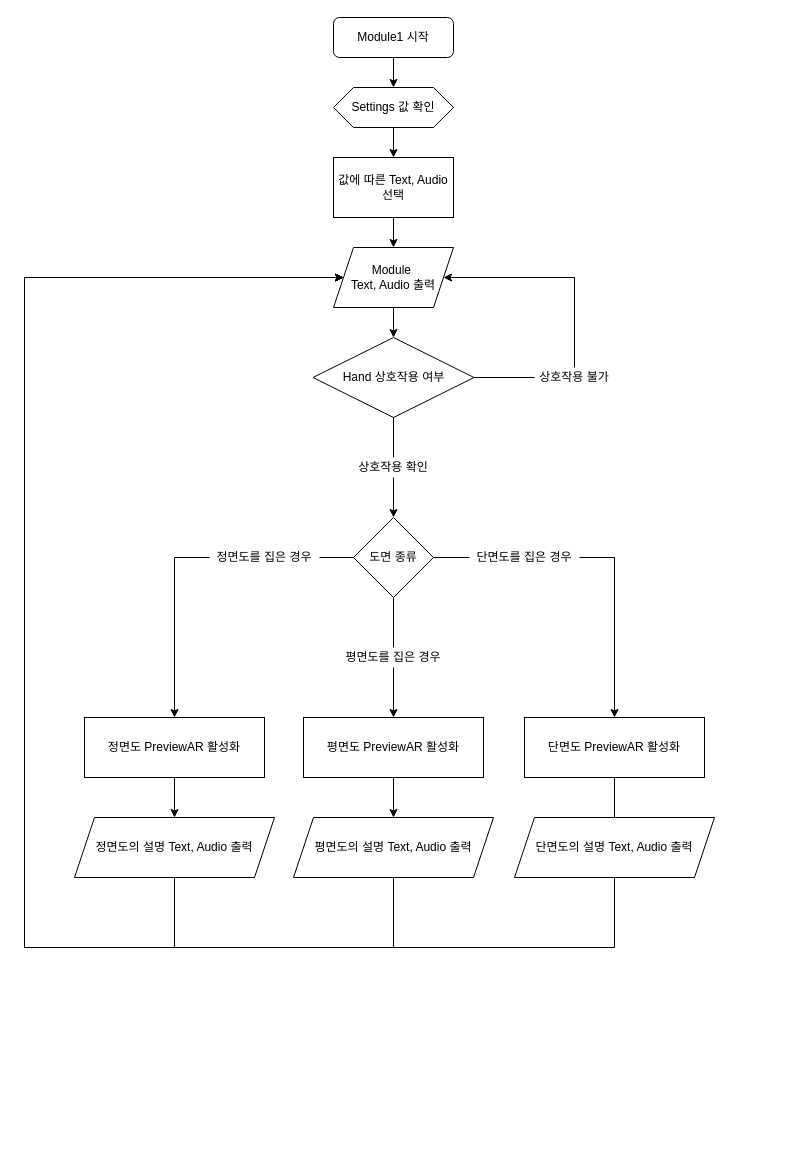
SnowDinn/FlowChart keeps this draw.io diagram as Module_01.drawio. Above is the earlier version. Source tidied: cells renumbered, new cells numbered last; positions are measured from the earlier drawing's top-left corner, leaving out a move shared by most shapes. Both pictures are drawn from the tidied source at 100%, with x=0, y=0 at pixel (24, 17).
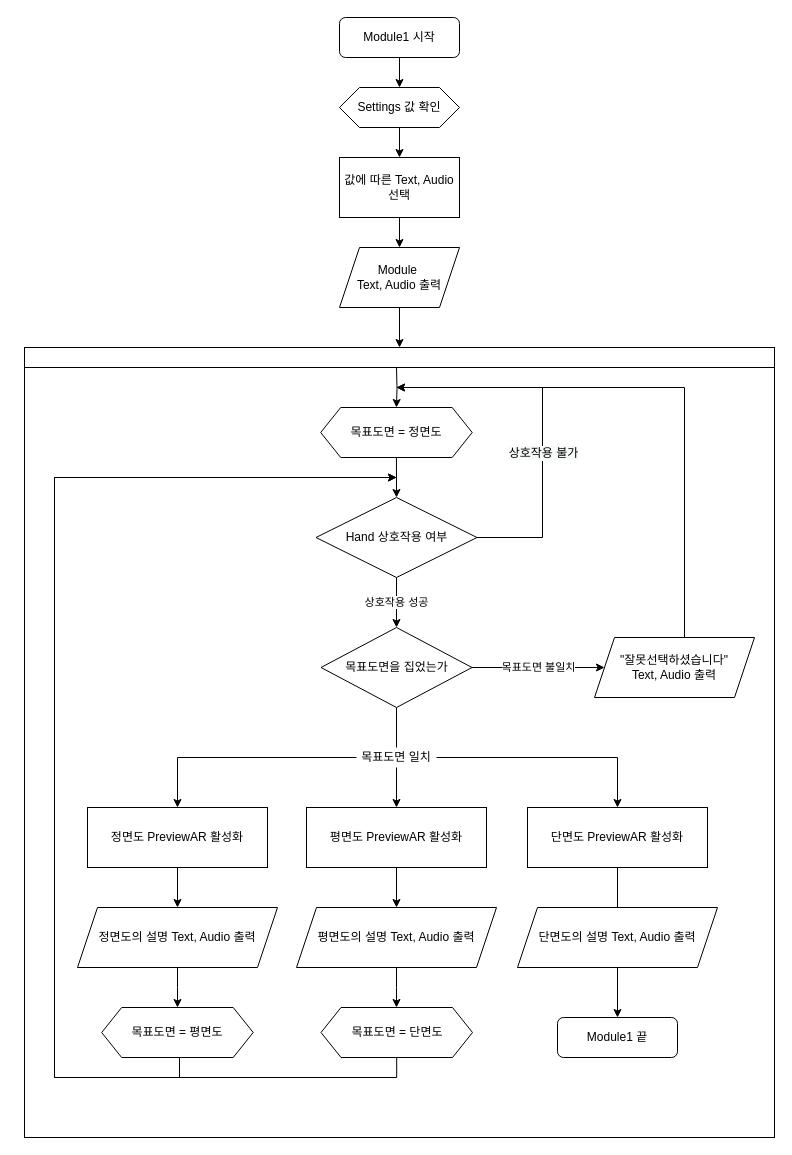
Above is the later version.

What changed in the source:
```diff
@@
+    <mxCell id="39" style="shape=internalStorage;whiteSpace=wrap;html=1;backgroundOutline=1;dx=0;dy=20;" parent="1" vertex="1">
+      <mxGeometry y="330" width="750" height="790" as="geometry" />
+    </mxCell>
@@
     <mxCell id="3" value="Module1 시작" style="rounded=1;whiteSpace=wrap;html=1;fontSize=12;glass=0;strokeWidth=1;shadow=0;" parent="1" vertex="1">
-      <mxGeometry x="309" width="120" height="40" as="geometry" />
+      <mxGeometry x="315" width="120" height="40" as="geometry" />
     </mxCell>
-    <mxCell id="4" style="edgeStyle=orthogonalEdgeStyle;rounded=0;jettySize=auto;html=1;exitX=0;exitY=0.5;exitDx=0;exitDy=0;entryX=1;entryY=0.5;entryDx=0;entryDy=0;endArrow=none;endFill=0;" parent="1" edge="1" source="7" target="27">
-      <mxGeometry relative="1" as="geometry" />
-    </mxCell>
-    <mxCell id="5" style="edgeStyle=orthogonalEdgeStyle;rounded=0;jettySize=auto;html=1;exitX=1;exitY=0.5;exitDx=0;exitDy=0;entryX=0;entryY=0.5;entryDx=0;entryDy=0;endArrow=none;endFill=0;" parent="1" edge="1" source="7" target="29">
-      <mxGeometry relative="1" as="geometry" />
-    </mxCell>
-    <mxCell id="6" style="edgeStyle=orthogonalEdgeStyle;rounded=0;jettySize=auto;html=1;exitX=0.5;exitY=1;exitDx=0;exitDy=0;entryX=0.5;entryY=0;entryDx=0;entryDy=0;endArrow=none;endFill=0;" parent="1" edge="1" source="7" target="31">
-      <mxGeometry relative="1" as="geometry" />
-    </mxCell>
+    <mxCell id="40" value="목표도면 불일치" style="edgeStyle=orthogonalEdgeStyle;rounded=0;jettySize=auto;html=1;exitX=1;exitY=0.5;exitDx=0;exitDy=0;entryX=0;entryY=0.5;entryDx=0;entryDy=0;" parent="1" edge="1" source="7" target="52">
+      <mxGeometry relative="1" as="geometry" />
+    </mxCell>
+    <mxCell id="41" style="edgeStyle=orthogonalEdgeStyle;rounded=0;jettySize=auto;html=1;exitX=0.5;exitY=1;exitDx=0;exitDy=0;entryX=0.5;entryY=0;entryDx=0;entryDy=0;endArrow=none;endFill=0;" parent="1" edge="1" source="7" target="57">
+      <mxGeometry relative="1" as="geometry" />
+    </mxCell>
-    <mxCell id="7" value="도면 종류" style="rhombus;whiteSpace=wrap;html=1;" parent="1" vertex="1">
-      <mxGeometry x="329" y="500" width="80" height="80" as="geometry" />
+    <mxCell id="7" value="목표도면을 집었는가" style="rhombus;whiteSpace=wrap;html=1;" parent="1" vertex="1">
+      <mxGeometry x="296.5" y="610" width="151" height="80" as="geometry" />
     </mxCell>
@@
     <mxCell id="9" value="정면도 PreviewAR 활성화" style="rounded=0;whiteSpace=wrap;html=1;" parent="1" vertex="1">
-      <mxGeometry x="60" y="700" width="180" height="60" as="geometry" />
+      <mxGeometry x="63" y="790" width="180" height="60" as="geometry" />
     </mxCell>
@@
     <mxCell id="11" value="Settings 값 확인" style="shape=hexagon;perimeter=hexagonPerimeter2;whiteSpace=wrap;html=1;fixedSize=1;" parent="1" vertex="1">
-      <mxGeometry x="309" y="70" width="120" height="40" as="geometry" />
+      <mxGeometry x="315" y="70" width="120" height="40" as="geometry" />
     </mxCell>
@@
     <mxCell id="13" value="값에 따른 Text, Audio 선택" style="rounded=0;whiteSpace=wrap;html=1;" parent="1" vertex="1">
-      <mxGeometry x="309" y="140" width="120" height="60" as="geometry" />
+      <mxGeometry x="315" y="140" width="120" height="60" as="geometry" />
     </mxCell>
-    <mxCell id="14" style="edgeStyle=orthogonalEdgeStyle;rounded=0;jettySize=auto;html=1;exitX=0.5;exitY=1;exitDx=0;exitDy=0;entryX=0.5;entryY=0;entryDx=0;entryDy=0;endArrow=classic;endFill=1;" parent="1" edge="1" source="15" target="34">
-      <mxGeometry relative="1" as="geometry" />
-    </mxCell>
+    <mxCell id="42" style="edgeStyle=orthogonalEdgeStyle;rounded=0;jettySize=auto;html=1;exitX=0.5;exitY=1;exitDx=0;exitDy=0;entryX=0.5;entryY=0;entryDx=0;entryDy=0;" parent="1" edge="1" source="15" target="39">
+      <mxGeometry relative="1" as="geometry" />
+    </mxCell>
     <mxCell id="15" value="Module&amp;nbsp;&lt;br&gt;Text, Audio 출력" style="shape=parallelogram;perimeter=parallelogramPerimeter;whiteSpace=wrap;html=1;fixedSize=1;" parent="1" vertex="1">
-      <mxGeometry x="309" y="230" width="120" height="60" as="geometry" />
+      <mxGeometry x="315" y="230" width="120" height="60" as="geometry" />
     </mxCell>
-    <mxCell id="16" style="edgeStyle=orthogonalEdgeStyle;rounded=0;jettySize=auto;html=1;exitX=0.5;exitY=1;exitDx=0;exitDy=0;entryX=0;entryY=0.5;entryDx=0;entryDy=0;endArrow=classic;endFill=1;" parent="1" edge="1" source="17" target="15">
-      <mxGeometry relative="1" as="geometry">
-        <Array as="points">
-          <mxPoint x="150" y="930" />
-          <mxPoint y="930" />
-          <mxPoint y="260" />
-        </Array>
-      </mxGeometry>
-    </mxCell>
+    <mxCell id="43" style="edgeStyle=orthogonalEdgeStyle;rounded=0;jettySize=auto;html=1;exitX=0.5;exitY=1;exitDx=0;exitDy=0;entryX=0.5;entryY=0;entryDx=0;entryDy=0;" parent="1" edge="1" source="17">
+      <mxGeometry relative="1" as="geometry">
+        <mxPoint x="153" y="990" as="targetPoint" />
+      </mxGeometry>
+    </mxCell>
     <mxCell id="17" value="정면도의 설명 Text, Audio 출력" style="shape=parallelogram;perimeter=parallelogramPerimeter;whiteSpace=wrap;html=1;fixedSize=1;" parent="1" vertex="1">
-      <mxGeometry x="50" y="800" width="200" height="60" as="geometry" />
+      <mxGeometry x="53" y="890" width="200" height="60" as="geometry" />
     </mxCell>
@@
     <mxCell id="19" value="단면도 PreviewAR 활성화" style="rounded=0;whiteSpace=wrap;html=1;" parent="1" vertex="1">
-      <mxGeometry x="500" y="700" width="180" height="60" as="geometry" />
+      <mxGeometry x="503" y="790" width="180" height="60" as="geometry" />
     </mxCell>
-    <mxCell id="20" style="edgeStyle=orthogonalEdgeStyle;rounded=0;jettySize=auto;html=1;exitX=0.5;exitY=1;exitDx=0;exitDy=0;entryX=0;entryY=0.5;entryDx=0;entryDy=0;endArrow=classic;endFill=1;" parent="1" edge="1" source="21" target="15">
-      <mxGeometry relative="1" as="geometry">
-        <Array as="points">
-          <mxPoint x="590" y="930" />
-          <mxPoint y="930" />
-          <mxPoint y="260" />
-        </Array>
-      </mxGeometry>
-    </mxCell>
+    <mxCell id="44" style="edgeStyle=orthogonalEdgeStyle;rounded=0;jettySize=auto;html=1;exitX=0.5;exitY=1;exitDx=0;exitDy=0;entryX=0.5;entryY=0;entryDx=0;entryDy=0;" parent="1" edge="1" source="21" target="53">
+      <mxGeometry relative="1" as="geometry" />
+    </mxCell>
     <mxCell id="21" value="단면도의 설명 Text, Audio 출력" style="shape=parallelogram;perimeter=parallelogramPerimeter;whiteSpace=wrap;html=1;fixedSize=1;" parent="1" vertex="1">
-      <mxGeometry x="490" y="800" width="200" height="60" as="geometry" />
+      <mxGeometry x="493" y="890" width="200" height="60" as="geometry" />
     </mxCell>
@@
     <mxCell id="23" value="평면도 PreviewAR 활성화" style="rounded=0;whiteSpace=wrap;html=1;" parent="1" vertex="1">
-      <mxGeometry x="279" y="700" width="180" height="60" as="geometry" />
+      <mxGeometry x="282" y="790" width="180" height="60" as="geometry" />
     </mxCell>
-    <mxCell id="24" style="edgeStyle=orthogonalEdgeStyle;rounded=0;jettySize=auto;html=1;exitX=0.5;exitY=1;exitDx=0;exitDy=0;entryX=0;entryY=0.5;entryDx=0;entryDy=0;endArrow=classic;endFill=1;" parent="1" edge="1" source="25" target="15">
-      <mxGeometry relative="1" as="geometry">
-        <Array as="points">
-          <mxPoint x="369" y="930" />
-          <mxPoint y="930" />
-          <mxPoint y="260" />
-        </Array>
-      </mxGeometry>
-    </mxCell>
+    <mxCell id="45" style="edgeStyle=orthogonalEdgeStyle;rounded=0;jettySize=auto;html=1;exitX=0.5;exitY=1;exitDx=0;exitDy=0;" parent="1" edge="1" source="25">
+      <mxGeometry relative="1" as="geometry">
+        <mxPoint x="372" y="990" as="targetPoint" />
+      </mxGeometry>
+    </mxCell>
     <mxCell id="25" value="평면도의 설명 Text, Audio 출력" style="shape=parallelogram;perimeter=parallelogramPerimeter;whiteSpace=wrap;html=1;fixedSize=1;" parent="1" vertex="1">
-      <mxGeometry x="269" y="800" width="200" height="60" as="geometry" />
+      <mxGeometry x="272" y="890" width="200" height="60" as="geometry" />
     </mxCell>
-    <mxCell id="26" style="edgeStyle=orthogonalEdgeStyle;rounded=0;jettySize=auto;html=1;exitX=0;exitY=0.5;exitDx=0;exitDy=0;entryX=0.5;entryY=0;entryDx=0;entryDy=0;endArrow=classic;endFill=1;" parent="1" edge="1" source="27" target="9">
-      <mxGeometry relative="1" as="geometry" />
-    </mxCell>
-    <mxCell id="27" value="정면도를 집은 경우" style="rounded=0;whiteSpace=wrap;html=1;strokeColor=none;fillColor=none;" parent="1" vertex="1">
-      <mxGeometry x="185" y="530" width="110" height="20" as="geometry" />
-    </mxCell>
-    <mxCell id="28" style="edgeStyle=orthogonalEdgeStyle;rounded=0;jettySize=auto;html=1;exitX=1;exitY=0.5;exitDx=0;exitDy=0;entryX=0.5;entryY=0;entryDx=0;entryDy=0;endArrow=classic;endFill=1;" parent="1" edge="1" source="29" target="19">
-      <mxGeometry relative="1" as="geometry" />
-    </mxCell>
-    <mxCell id="29" value="단면도를 집은 경우" style="rounded=0;whiteSpace=wrap;html=1;strokeColor=none;fillColor=none;" parent="1" vertex="1">
-      <mxGeometry x="445" y="530" width="110" height="20" as="geometry" />
-    </mxCell>
-    <mxCell id="30" style="edgeStyle=orthogonalEdgeStyle;rounded=0;jettySize=auto;html=1;exitX=0.5;exitY=1;exitDx=0;exitDy=0;entryX=0.5;entryY=0;entryDx=0;entryDy=0;endArrow=classic;endFill=1;" parent="1" edge="1" source="31" target="23">
-      <mxGeometry relative="1" as="geometry" />
-    </mxCell>
-    <mxCell id="31" value="평면도를 집은 경우" style="rounded=0;whiteSpace=wrap;html=1;strokeColor=none;fillColor=none;" parent="1" vertex="1">
-      <mxGeometry x="314" y="630" width="110" height="20" as="geometry" />
-    </mxCell>
-    <mxCell id="32" style="edgeStyle=orthogonalEdgeStyle;rounded=0;jettySize=auto;html=1;exitX=0.5;exitY=1;exitDx=0;exitDy=0;entryX=0.5;entryY=0;entryDx=0;entryDy=0;endArrow=none;endFill=0;" parent="1" edge="1" source="34" target="36">
-      <mxGeometry relative="1" as="geometry" />
-    </mxCell>
-    <mxCell id="33" style="edgeStyle=orthogonalEdgeStyle;rounded=0;jettySize=auto;html=1;exitX=1;exitY=0.5;exitDx=0;exitDy=0;entryX=0;entryY=0.5;entryDx=0;entryDy=0;endArrow=none;endFill=0;" parent="1" edge="1" source="34" target="38">
-      <mxGeometry relative="1" as="geometry" />
-    </mxCell>
+    <mxCell id="46" style="edgeStyle=orthogonalEdgeStyle;rounded=0;jettySize=auto;html=1;exitX=1;exitY=0.5;exitDx=0;exitDy=0;" parent="1" edge="1" source="34">
+      <mxGeometry relative="1" as="geometry">
+        <mxPoint x="372" y="370" as="targetPoint" />
+        <Array as="points">
+          <mxPoint x="518" y="520" />
+          <mxPoint x="518" y="370" />
+        </Array>
+      </mxGeometry>
+    </mxCell>
+    <mxCell id="38" value="&lt;span style=&quot;font-size: 12px ; background-color: rgb(248 , 249 , 250)&quot;&gt;상호작용 불가&lt;/span&gt;" style="edgeLabel;html=1;align=center;verticalAlign=middle;points=[];" parent="46" vertex="1">
+      <mxGeometry x="-0.17" relative="1" as="geometry" />
+    </mxCell>
+    <mxCell id="47" value="상호작용 성공" style="edgeStyle=orthogonalEdgeStyle;rounded=0;jettySize=auto;html=1;exitX=0.5;exitY=1;exitDx=0;exitDy=0;entryX=0.5;entryY=0;entryDx=0;entryDy=0;" parent="1" edge="1" source="34" target="7">
+      <mxGeometry relative="1" as="geometry" />
+    </mxCell>
     <mxCell id="34" value="Hand 상호작용 여부" style="rhombus;whiteSpace=wrap;html=1;fillColor=none;" parent="1" vertex="1">
-      <mxGeometry x="288.5" y="320" width="161" height="80" as="geometry" />
+      <mxGeometry x="291.5" y="480" width="161" height="80" as="geometry" />
     </mxCell>
-    <mxCell id="35" style="edgeStyle=orthogonalEdgeStyle;rounded=0;jettySize=auto;html=1;exitX=0.5;exitY=1;exitDx=0;exitDy=0;entryX=0.5;entryY=0;entryDx=0;entryDy=0;endArrow=classic;endFill=1;" parent="1" edge="1" source="36" target="7">
-      <mxGeometry relative="1" as="geometry" />
-    </mxCell>
-    <mxCell id="36" value="상호작용 확인" style="rounded=0;whiteSpace=wrap;html=1;strokeColor=none;fillColor=none;" parent="1" vertex="1">
-      <mxGeometry x="314" y="440" width="110" height="20" as="geometry" />
-    </mxCell>
-    <mxCell id="37" style="edgeStyle=orthogonalEdgeStyle;rounded=0;jettySize=auto;html=1;exitX=0.5;exitY=0;exitDx=0;exitDy=0;entryX=1;entryY=0.5;entryDx=0;entryDy=0;endArrow=classic;endFill=1;" parent="1" edge="1" source="38" target="15">
-      <mxGeometry relative="1" as="geometry">
-        <Array as="points">
-          <mxPoint x="550" y="260" />
-        </Array>
-      </mxGeometry>
-    </mxCell>
-    <mxCell id="38" value="상호작용 불가" style="rounded=0;whiteSpace=wrap;html=1;strokeColor=none;fillColor=none;" parent="1" vertex="1">
-      <mxGeometry x="510" y="350" width="80" height="20" as="geometry" />
-    </mxCell>
+    <mxCell id="48" style="edgeStyle=orthogonalEdgeStyle;rounded=0;jettySize=auto;html=1;exitX=0.5;exitY=1;exitDx=0;exitDy=0;entryX=0.5;entryY=0;entryDx=0;entryDy=0;" parent="1" edge="1" source="49" target="34">
+      <mxGeometry relative="1" as="geometry" />
+    </mxCell>
+    <mxCell id="49" value="목표도면 = 정면도" style="shape=hexagon;perimeter=hexagonPerimeter2;whiteSpace=wrap;html=1;fixedSize=1;" parent="1" vertex="1">
+      <mxGeometry x="296.2" y="390" width="151.5" height="50" as="geometry" />
+    </mxCell>
+    <mxCell id="50" style="edgeStyle=orthogonalEdgeStyle;rounded=0;jettySize=auto;html=1;entryX=0.5;entryY=0;entryDx=0;entryDy=0;" parent="1" edge="1" target="49">
+      <mxGeometry relative="1" as="geometry">
+        <mxPoint x="372" y="350" as="sourcePoint" />
+      </mxGeometry>
+    </mxCell>
+    <mxCell id="51" style="edgeStyle=orthogonalEdgeStyle;rounded=0;orthogonalLoop=1;jettySize=auto;html=1;exitX=0.5;exitY=0;exitDx=0;exitDy=0;" parent="1" edge="1">
+      <mxGeometry relative="1" as="geometry">
+        <mxPoint x="642" y="620" as="sourcePoint" />
+        <mxPoint x="372" y="370" as="targetPoint" />
+        <Array as="points">
+          <mxPoint x="660" y="620" />
+          <mxPoint x="660" y="370" />
+        </Array>
+      </mxGeometry>
+    </mxCell>
+    <mxCell id="52" value="&quot;잘못선택하셨습니다&quot;&lt;br&gt;Text, Audio 출력" style="shape=parallelogram;perimeter=parallelogramPerimeter;whiteSpace=wrap;html=1;fixedSize=1;" parent="1" vertex="1">
+      <mxGeometry x="570" y="620" width="160" height="60" as="geometry" />
+    </mxCell>
+    <mxCell id="53" value="Module1 끝" style="rounded=1;whiteSpace=wrap;html=1;fontSize=12;glass=0;strokeWidth=1;shadow=0;" parent="1" vertex="1">
+      <mxGeometry x="533" y="1000" width="120" height="40" as="geometry" />
+    </mxCell>
+    <mxCell id="54" style="edgeStyle=orthogonalEdgeStyle;rounded=0;jettySize=auto;html=1;exitX=0.5;exitY=1;exitDx=0;exitDy=0;entryX=0.5;entryY=0;entryDx=0;entryDy=0;" parent="1" edge="1" source="57" target="23">
+      <mxGeometry relative="1" as="geometry" />
+    </mxCell>
+    <mxCell id="55" style="edgeStyle=orthogonalEdgeStyle;rounded=0;jettySize=auto;html=1;exitX=0;exitY=0.5;exitDx=0;exitDy=0;entryX=0.5;entryY=0;entryDx=0;entryDy=0;endArrow=classic;endFill=1;" parent="1" edge="1" source="57" target="9">
+      <mxGeometry relative="1" as="geometry" />
+    </mxCell>
+    <mxCell id="56" style="edgeStyle=orthogonalEdgeStyle;rounded=0;jettySize=auto;html=1;exitX=1;exitY=0.5;exitDx=0;exitDy=0;endArrow=classic;endFill=1;" parent="1" edge="1" source="57" target="19">
+      <mxGeometry relative="1" as="geometry" />
+    </mxCell>
+    <mxCell id="57" value="목표도면 일치" style="rounded=0;whiteSpace=wrap;html=1;strokeColor=none;fillColor=none;" parent="1" vertex="1">
+      <mxGeometry x="332" y="730" width="80" height="20" as="geometry" />
+    </mxCell>
+    <mxCell id="58" style="edgeStyle=orthogonalEdgeStyle;rounded=0;orthogonalLoop=1;jettySize=auto;html=1;exitX=0.5;exitY=1;exitDx=0;exitDy=0;endArrow=classic;endFill=1;" parent="1" edge="1">
+      <mxGeometry relative="1" as="geometry">
+        <mxPoint x="155" y="1040" as="sourcePoint" />
+        <mxPoint x="372" y="460" as="targetPoint" />
+        <Array as="points">
+          <mxPoint x="155" y="1060" />
+          <mxPoint x="30" y="1060" />
+          <mxPoint x="30" y="460" />
+        </Array>
+      </mxGeometry>
+    </mxCell>
+    <mxCell id="59" value="목표도면 = 평면도" style="shape=hexagon;perimeter=hexagonPerimeter2;whiteSpace=wrap;html=1;fixedSize=1;" parent="1" vertex="1">
+      <mxGeometry x="77.2" y="990" width="151.5" height="50" as="geometry" />
+    </mxCell>
+    <mxCell id="60" style="edgeStyle=orthogonalEdgeStyle;rounded=0;orthogonalLoop=1;jettySize=auto;html=1;exitX=0.5;exitY=1;exitDx=0;exitDy=0;endArrow=classic;endFill=1;" parent="1" edge="1">
+      <mxGeometry relative="1" as="geometry">
+        <mxPoint x="372.2" y="1040" as="sourcePoint" />
+        <mxPoint x="372" y="460" as="targetPoint" />
+        <Array as="points">
+          <mxPoint x="372" y="1060" />
+          <mxPoint x="30" y="1060" />
+          <mxPoint x="30" y="460" />
+        </Array>
+      </mxGeometry>
+    </mxCell>
+    <mxCell id="61" value="목표도면 = 단면도" style="shape=hexagon;perimeter=hexagonPerimeter2;whiteSpace=wrap;html=1;fixedSize=1;" parent="1" vertex="1">
+      <mxGeometry x="296.5" y="990" width="151.5" height="50" as="geometry" />
+    </mxCell>
```
